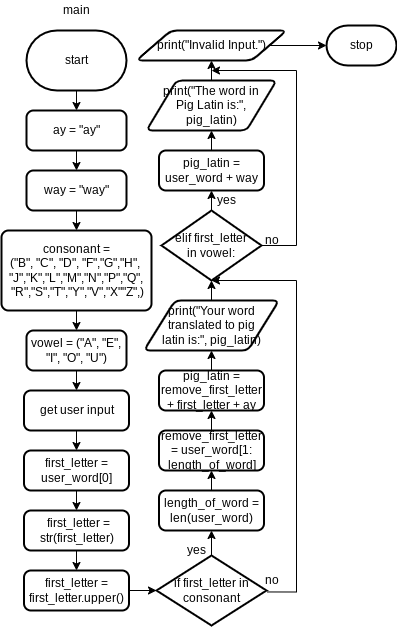
The draw.io diagram design/flowchart.png in zaida-hammmel2108/ICS3U-Assignment7-Python, before a commit. Source tidied: cells renumbered, new cells last; positions are measured from the earlier drawing's top-left corner, leaving out a move shared by most shapes.
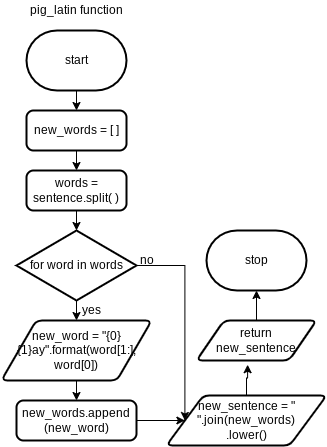
After the commit.

What changed in the source:
```diff
@@ -13,139 +13,61 @@
         <mxPoint x="75" y="170" as="targetPoint" />
       </mxGeometry>
     </mxCell>
-    <mxCell id="5" value="ay = &quot;ay&quot;" style="rounded=1;whiteSpace=wrap;html=1;absoluteArcSize=1;arcSize=14;strokeWidth=2;" parent="1" vertex="1">
+    <mxCell id="5" value="new_words = [ ]" style="rounded=1;whiteSpace=wrap;html=1;absoluteArcSize=1;arcSize=14;strokeWidth=2;" parent="1" vertex="1">
       <mxGeometry x="25" y="110" width="100" height="40" as="geometry" />
     </mxCell>
-    <mxCell id="6" value="main" style="text;html=1;align=center;verticalAlign=middle;strokeColor=none;fillColor=none;" parent="1" vertex="1">
-      <mxGeometry x="55" width="40" height="20" as="geometry" />
+    <mxCell id="6" value="pig_latin function" style="text;html=1;align=center;verticalAlign=middle;strokeColor=none;fillColor=none;" parent="1" vertex="1">
+      <mxGeometry x="20" width="110" height="20" as="geometry" />
     </mxCell>
-    <mxCell id="7" style="edgeStyle=none;html=1;" parent="1" edge="1" source="8" target="10">
-      <mxGeometry relative="1" as="geometry" />
+    <mxCell id="7" style="edgeStyle=none;html=1;" parent="1" edge="1" source="8">
+      <mxGeometry relative="1" as="geometry">
+        <mxPoint x="75" y="230" as="targetPoint" />
+      </mxGeometry>
     </mxCell>
-    <mxCell id="8" value="way = &quot;way&quot;" style="rounded=1;whiteSpace=wrap;html=1;absoluteArcSize=1;arcSize=14;strokeWidth=2;" parent="1" vertex="1">
+    <mxCell id="8" value="words = sentence.split( )" style="rounded=1;whiteSpace=wrap;html=1;absoluteArcSize=1;arcSize=14;strokeWidth=2;" parent="1" vertex="1">
       <mxGeometry x="25" y="170" width="100" height="40" as="geometry" />
     </mxCell>
-    <mxCell id="9" style="edgeStyle=none;html=1;" parent="1" edge="1" source="10" target="12">
-      <mxGeometry relative="1" as="geometry" />
-    </mxCell>
-    <mxCell id="10" value="&lt;div&gt;consonant = (&lt;span&gt;&quot;B&quot;,&amp;nbsp;&lt;/span&gt;&lt;span&gt;&quot;C&quot;,&amp;nbsp;&lt;/span&gt;&lt;span&gt;&quot;D&quot;,&amp;nbsp;&lt;/span&gt;&lt;span&gt;&quot;F&quot;,&lt;/span&gt;&lt;span&gt;&quot;G&quot;,&lt;/span&gt;&lt;span&gt;&quot;H&quot;,&lt;/span&gt;&lt;span&gt;&amp;nbsp; &quot;J&quot;,&lt;/span&gt;&lt;span&gt;&quot;K&quot;,&lt;/span&gt;&lt;span&gt;&quot;L&quot;,&lt;/span&gt;&lt;span&gt;&quot;M&quot;,&lt;/span&gt;&lt;span&gt;&quot;N&quot;,&lt;/span&gt;&lt;span&gt;&quot;P&quot;,&lt;/span&gt;&lt;span&gt;&quot;Q&quot;,&lt;/span&gt;&lt;/div&gt;&lt;div&gt;&amp;nbsp;&quot;R&quot;,&lt;span&gt;&quot;S&quot;,&lt;/span&gt;&lt;span&gt;&quot;T&quot;,&lt;/span&gt;&lt;span&gt;&quot;Y&quot;,&lt;/span&gt;&lt;span&gt;&quot;V&quot;,&lt;/span&gt;&lt;span&gt;&quot;X&quot;&lt;/span&gt;&lt;span&gt;&quot;Z&quot;,&lt;/span&gt;&lt;span&gt;)&lt;/span&gt;&lt;/div&gt;" style="rounded=1;whiteSpace=wrap;html=1;absoluteArcSize=1;arcSize=14;strokeWidth=2;" parent="1" vertex="1">
-      <mxGeometry y="230" width="150" height="80" as="geometry" />
-    </mxCell>
-    <mxCell id="11" style="edgeStyle=none;html=1;" parent="1" edge="1" source="12" target="14">
-      <mxGeometry relative="1" as="geometry" />
-    </mxCell>
-    <mxCell id="12" value="vowel = (&quot;A&quot;, &quot;E&quot;, &quot;I&quot;, &quot;O&quot;, &quot;U&quot;)" style="rounded=1;whiteSpace=wrap;html=1;absoluteArcSize=1;arcSize=14;strokeWidth=2;" parent="1" vertex="1">
-      <mxGeometry x="25" y="330" width="100" height="40" as="geometry" />
-    </mxCell>
-    <mxCell id="13" style="edgeStyle=none;html=1;" parent="1" edge="1" source="14" target="16">
-      <mxGeometry relative="1" as="geometry" />
-    </mxCell>
-    <mxCell id="14" value="get user input" style="rounded=1;whiteSpace=wrap;html=1;absoluteArcSize=1;arcSize=14;strokeWidth=2;" parent="1" vertex="1">
-      <mxGeometry x="22.5" y="390" width="105" height="40" as="geometry" />
-    </mxCell>
-    <mxCell id="15" style="edgeStyle=none;html=1;entryX=0.5;entryY=0;entryDx=0;entryDy=0;" parent="1" edge="1" source="16" target="18">
-      <mxGeometry relative="1" as="geometry" />
-    </mxCell>
-    <mxCell id="16" value="first_letter = user_word[0]" style="rounded=1;whiteSpace=wrap;html=1;absoluteArcSize=1;arcSize=14;strokeWidth=2;" parent="1" vertex="1">
-      <mxGeometry x="22.5" y="450" width="105" height="40" as="geometry" />
-    </mxCell>
-    <mxCell id="17" style="edgeStyle=none;html=1;entryX=0.5;entryY=0;entryDx=0;entryDy=0;" parent="1" edge="1" source="18" target="20">
-      <mxGeometry relative="1" as="geometry" />
-    </mxCell>
-    <mxCell id="18" value="&amp;nbsp;first_letter = str(first_letter)" style="rounded=1;whiteSpace=wrap;html=1;absoluteArcSize=1;arcSize=14;strokeWidth=2;" parent="1" vertex="1">
-      <mxGeometry x="22.5" y="510" width="105" height="40" as="geometry" />
-    </mxCell>
-    <mxCell id="19" style="edgeStyle=none;html=1;" parent="1" edge="1" source="20" target="23">
-      <mxGeometry relative="1" as="geometry" />
-    </mxCell>
-    <mxCell id="20" value="first_letter = first_letter.upper()" style="rounded=1;whiteSpace=wrap;html=1;absoluteArcSize=1;arcSize=14;strokeWidth=2;" parent="1" vertex="1">
-      <mxGeometry x="22.5" y="570" width="105" height="40" as="geometry" />
-    </mxCell>
-    <mxCell id="21" style="edgeStyle=none;html=1;entryX=0.5;entryY=1;entryDx=0;entryDy=0;" parent="1" edge="1" source="23" target="25">
-      <mxGeometry relative="1" as="geometry" />
-    </mxCell>
-    <mxCell id="22" style="edgeStyle=orthogonalEdgeStyle;html=1;entryX=0.5;entryY=1;entryDx=0;entryDy=0;entryPerimeter=0;rounded=0;startArrow=none;exitX=0.355;exitY=1.073;exitDx=0;exitDy=0;exitPerimeter=0;" parent="1" edge="1" source="36" target="35">
-      <mxGeometry relative="1" as="geometry">
-        <Array as="points">
-          <mxPoint x="295" y="592" />
-          <mxPoint x="295" y="280" />
-        </Array>
-      </mxGeometry>
-    </mxCell>
-    <mxCell id="23" value="if first_letter in consonant" style="strokeWidth=2;html=1;shape=mxgraph.flowchart.decision;whiteSpace=wrap;" parent="1" vertex="1">
-      <mxGeometry x="155" y="555" width="110" height="70" as="geometry" />
-    </mxCell>
-    <mxCell id="24" style="edgeStyle=none;html=1;" parent="1" edge="1" source="25" target="27">
-      <mxGeometry relative="1" as="geometry" />
-    </mxCell>
-    <mxCell id="25" value="length_of_word = len(user_word)" style="rounded=1;whiteSpace=wrap;html=1;absoluteArcSize=1;arcSize=14;strokeWidth=2;" parent="1" vertex="1">
-      <mxGeometry x="157.5" y="490" width="105" height="40" as="geometry" />
-    </mxCell>
-    <mxCell id="26" style="edgeStyle=none;html=1;entryX=0.5;entryY=1;entryDx=0;entryDy=0;" parent="1" edge="1" source="27" target="29">
-      <mxGeometry relative="1" as="geometry" />
-    </mxCell>
-    <mxCell id="27" value="remove_first_letter = user_word[1:&lt;br&gt;length_of_word]" style="rounded=1;whiteSpace=wrap;html=1;absoluteArcSize=1;arcSize=14;strokeWidth=2;" parent="1" vertex="1">
-      <mxGeometry x="157.5" y="430" width="105" height="40" as="geometry" />
-    </mxCell>
-    <mxCell id="28" style="edgeStyle=none;html=1;" parent="1" edge="1" source="29" target="31">
-      <mxGeometry relative="1" as="geometry" />
-    </mxCell>
-    <mxCell id="29" value="pig_latin = remove_first_letter + first_letter + ay" style="rounded=1;whiteSpace=wrap;html=1;absoluteArcSize=1;arcSize=14;strokeWidth=2;" parent="1" vertex="1">
-      <mxGeometry x="157.5" y="370" width="105" height="40" as="geometry" />
-    </mxCell>
-    <mxCell id="30" style="edgeStyle=none;html=1;entryX=0.5;entryY=1;entryDx=0;entryDy=0;entryPerimeter=0;" parent="1" edge="1" source="31" target="35">
-      <mxGeometry relative="1" as="geometry" />
-    </mxCell>
-    <mxCell id="31" value="print(&quot;Your word translated to pig &lt;br&gt;latin is:&quot;, pig_latin)" style="shape=parallelogram;html=1;strokeWidth=2;perimeter=parallelogramPerimeter;whiteSpace=wrap;rounded=1;arcSize=12;size=0.23;" parent="1" vertex="1">
-      <mxGeometry x="142.5" y="300" width="135" height="50" as="geometry" />
-    </mxCell>
-    <mxCell id="32" value="yes" style="text;html=1;align=center;verticalAlign=middle;strokeColor=none;fillColor=none;" parent="1" vertex="1">
-      <mxGeometry x="180" y="540" width="30" height="20" as="geometry" />
-    </mxCell>
-    <mxCell id="33" style="edgeStyle=orthogonalEdgeStyle;rounded=0;html=1;" parent="1" edge="1" source="35" target="38">
-      <mxGeometry relative="1" as="geometry" />
-    </mxCell>
-    <mxCell id="34" style="edgeStyle=orthogonalEdgeStyle;rounded=0;html=1;" parent="1" edge="1" source="35">
-      <mxGeometry relative="1" as="geometry">
-        <mxPoint x="210" y="70" as="targetPoint" />
-        <Array as="points">
-          <mxPoint x="295" y="245" />
-          <mxPoint x="295" y="70" />
-        </Array>
-      </mxGeometry>
-    </mxCell>
-    <mxCell id="35" value="elif first_letter &lt;br&gt;in vowel:" style="strokeWidth=2;html=1;shape=mxgraph.flowchart.decision;whiteSpace=wrap;" parent="1" vertex="1">
-      <mxGeometry x="160" y="210" width="100" height="70" as="geometry" />
-    </mxCell>
-    <mxCell id="36" value="no" style="text;html=1;align=center;verticalAlign=middle;points=[];strokeColor=none;fillColor=none;" parent="1" vertex="1">
-      <mxGeometry x="255" y="570" width="30" height="20" as="geometry" />
-    </mxCell>
-    <mxCell id="37" style="edgeStyle=orthogonalEdgeStyle;rounded=0;html=1;entryX=0.5;entryY=1;entryDx=0;entryDy=0;" parent="1" edge="1" source="38" target="40">
-      <mxGeometry relative="1" as="geometry" />
-    </mxCell>
-    <mxCell id="38" value="pig_latin = user_word + way" style="rounded=1;whiteSpace=wrap;html=1;absoluteArcSize=1;arcSize=14;strokeWidth=2;" parent="1" vertex="1">
-      <mxGeometry x="157.5" y="150" width="105" height="40" as="geometry" />
-    </mxCell>
-    <mxCell id="39" style="edgeStyle=orthogonalEdgeStyle;rounded=0;html=1;" parent="1" edge="1" source="40" target="43">
-      <mxGeometry relative="1" as="geometry" />
-    </mxCell>
-    <mxCell id="40" value="print(&quot;The word in &lt;br&gt;Pig Latin is:&quot;, &lt;br&gt;pig_latin)" style="shape=parallelogram;html=1;strokeWidth=2;perimeter=parallelogramPerimeter;whiteSpace=wrap;rounded=1;arcSize=12;size=0.23;" parent="1" vertex="1">
-      <mxGeometry x="145" y="80" width="130" height="50" as="geometry" />
-    </mxCell>
-    <mxCell id="41" value="yes" style="text;html=1;align=center;verticalAlign=middle;strokeColor=none;fillColor=none;" parent="1" vertex="1">
-      <mxGeometry x="210" y="190" width="30" height="20" as="geometry" />
-    </mxCell>
+    <mxCell id="46" style="edgeStyle=none;html=1;" parent="1" edge="1" source="42" target="49">
+      <mxGeometry relative="1" as="geometry" />
+    </mxCell>
+    <mxCell id="47" style="edgeStyle=orthogonalEdgeStyle;html=1;entryX=0;entryY=0.5;entryDx=0;entryDy=0;rounded=0;" parent="1" edge="1" source="42" target="54">
+      <mxGeometry relative="1" as="geometry" />
+    </mxCell>
-    <mxCell id="42" style="edgeStyle=orthogonalEdgeStyle;rounded=0;html=1;entryX=0;entryY=0.5;entryDx=0;entryDy=0;entryPerimeter=0;" parent="1" edge="1" source="43" target="45">
-      <mxGeometry relative="1" as="geometry" />
+    <mxCell id="42" value="for word in words" style="strokeWidth=2;html=1;shape=mxgraph.flowchart.decision;whiteSpace=wrap;" parent="1" vertex="1">
+      <mxGeometry x="15" y="230" width="120" height="70" as="geometry" />
     </mxCell>
-    <mxCell id="43" value="print(&quot;Invalid Input.&quot;)" style="shape=parallelogram;html=1;strokeWidth=2;perimeter=parallelogramPerimeter;whiteSpace=wrap;rounded=1;arcSize=12;size=0.23;" parent="1" vertex="1">
-      <mxGeometry x="135" y="30" width="150" height="30" as="geometry" />
-    </mxCell>
-    <mxCell id="44" value="no" style="text;html=1;align=center;verticalAlign=middle;strokeColor=none;fillColor=none;" parent="1" vertex="1">
-      <mxGeometry x="255" y="230" width="30" height="20" as="geometry" />
-    </mxCell>
+    <mxCell id="48" style="edgeStyle=none;html=1;" parent="1" edge="1" source="49" target="51">
+      <mxGeometry relative="1" as="geometry" />
+    </mxCell>
+    <mxCell id="49" value="new_word = &quot;{0}{1}ay&quot;.format(word[1:], word[0])" style="shape=parallelogram;html=1;strokeWidth=2;perimeter=parallelogramPerimeter;whiteSpace=wrap;rounded=1;arcSize=12;size=0.23;" parent="1" vertex="1">
+      <mxGeometry y="320" width="150" height="60" as="geometry" />
+    </mxCell>
+    <mxCell id="50" style="edgeStyle=none;html=1;entryX=0;entryY=0.5;entryDx=0;entryDy=0;" parent="1" edge="1" source="51" target="54">
+      <mxGeometry relative="1" as="geometry" />
+    </mxCell>
+    <mxCell id="51" value="new_words.append&lt;br&gt;(new_word)" style="rounded=1;whiteSpace=wrap;html=1;absoluteArcSize=1;arcSize=14;strokeWidth=2;" parent="1" vertex="1">
+      <mxGeometry x="15" y="400" width="120" height="40" as="geometry" />
+    </mxCell>
+    <mxCell id="52" value="yes" style="text;html=1;align=center;verticalAlign=middle;strokeColor=none;fillColor=none;" parent="1" vertex="1">
+      <mxGeometry x="75" y="300" width="30" height="20" as="geometry" />
+    </mxCell>
+    <mxCell id="53" style="edgeStyle=orthogonalEdgeStyle;rounded=0;html=1;entryX=0.426;entryY=1.105;entryDx=0;entryDy=0;entryPerimeter=0;" parent="1" edge="1" source="54" target="57">
+      <mxGeometry relative="1" as="geometry" />
+    </mxCell>
+    <mxCell id="54" value="new_sentence = &quot; &quot;.join(new_words)&lt;br&gt;.lower()" style="shape=parallelogram;html=1;strokeWidth=2;perimeter=parallelogramPerimeter;whiteSpace=wrap;rounded=1;arcSize=12;size=0.23;" parent="1" vertex="1">
+      <mxGeometry x="165" y="395" width="160" height="50" as="geometry" />
+    </mxCell>
+    <mxCell id="55" value="no" style="text;html=1;align=center;verticalAlign=middle;strokeColor=none;fillColor=none;" parent="1" vertex="1">
+      <mxGeometry x="130" y="250" width="30" height="20" as="geometry" />
+    </mxCell>
+    <mxCell id="56" style="edgeStyle=orthogonalEdgeStyle;rounded=0;html=1;entryX=0.5;entryY=1;entryDx=0;entryDy=0;entryPerimeter=0;" parent="1" edge="1" source="57" target="45">
+      <mxGeometry relative="1" as="geometry" />
+    </mxCell>
+    <mxCell id="57" value="return &lt;br&gt;new_sentence" style="shape=parallelogram;html=1;strokeWidth=2;perimeter=parallelogramPerimeter;whiteSpace=wrap;rounded=1;arcSize=12;size=0.23;" parent="1" vertex="1">
+      <mxGeometry x="195" y="320" width="120" height="40" as="geometry" />
+    </mxCell>
     <mxCell id="45" value="stop" style="strokeWidth=2;html=1;shape=mxgraph.flowchart.terminator;whiteSpace=wrap;" parent="1" vertex="1">
-      <mxGeometry x="325" y="25" width="70" height="40" as="geometry" />
+      <mxGeometry x="205" y="230" width="100" height="60" as="geometry" />
     </mxCell>
   </root>
 </mxGraphModel>
```
